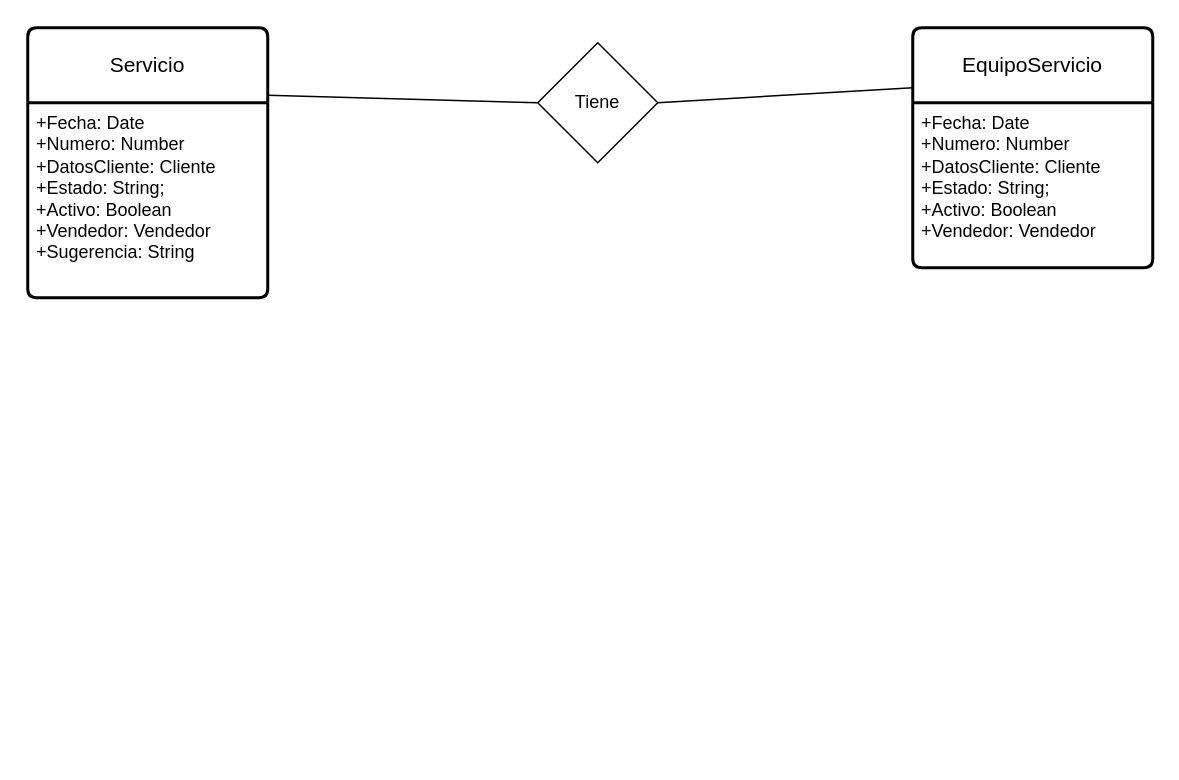
This is servidor/src/Tabla.drawio from Pelusasasasa/Gestion-Stock, a draw.io file, before an edit. Source tidied: cells renumbered, new cells numbered last; positions are measured from the earlier drawing's top-left corner, leaving out a move shared by most shapes. Both pictures are drawn from the tidied source at 150%, with x=0, y=0 at pixel (27, 27).
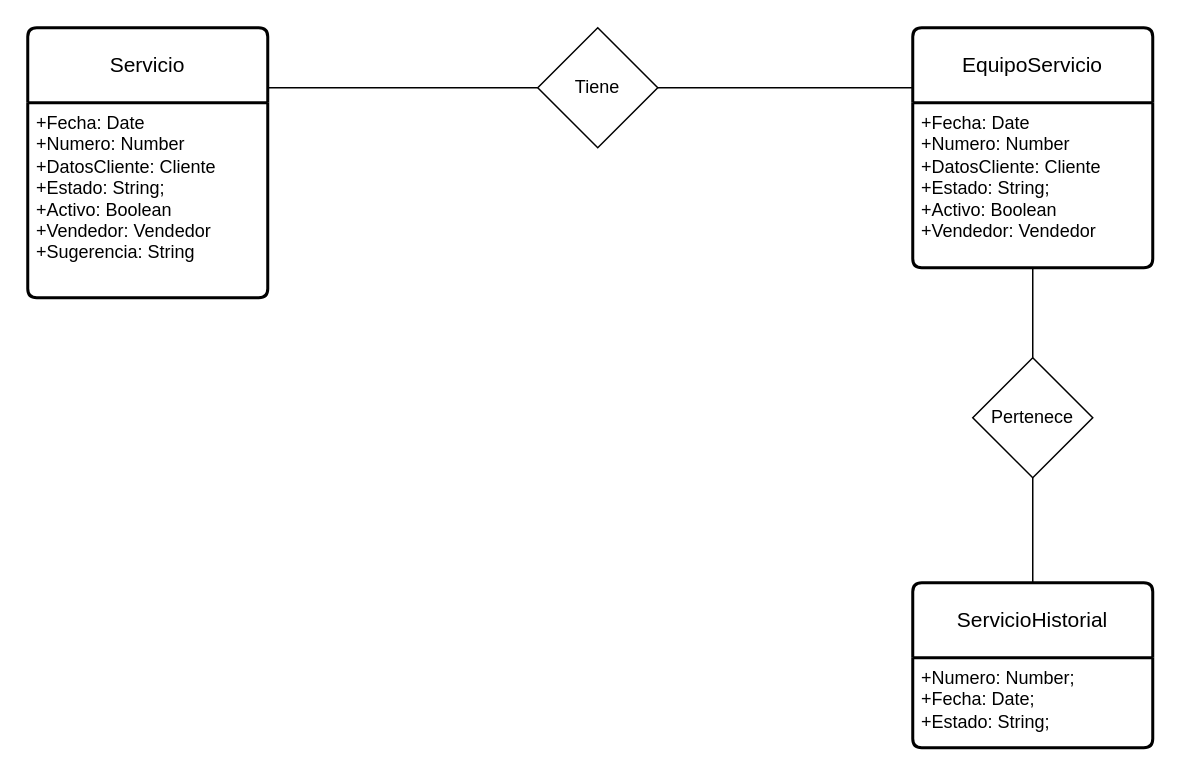
After the change.

What changed in the source:
```diff
@@
 <mxGraphModel>
   <root>
     <mxCell id="0" />
     <mxCell id="1" parent="0" />
     <mxCell id="2" value="Servicio" style="swimlane;horizontal=1;startSize=50;rounded=1;fontSize=14;fontStyle=0;strokeWidth=2;shadow=0;dashed=0;align=center;arcSize=4;whiteSpace=wrap;html=1;" parent="1" vertex="1">
       <mxGeometry width="160" height="180" as="geometry" />
     </mxCell>
     <mxCell id="3" value="+Fecha: Date&lt;div&gt;+Numero: Number&lt;/div&gt;&lt;div&gt;+DatosCliente: Cliente&lt;/div&gt;&lt;div&gt;+Estado: String;&lt;/div&gt;&lt;div&gt;+Activo: Boolean&lt;/div&gt;&lt;div&gt;+Vendedor: Vendedor&lt;/div&gt;&lt;div&gt;+Sugerencia: String&lt;/div&gt;" style="align=left;strokeColor=none;fillColor=none;spacingLeft=4;fontSize=12;verticalAlign=top;html=1;" parent="2" vertex="1">
       <mxGeometry y="50" width="160" height="130" as="geometry" />
     </mxCell>
     <mxCell id="4" value="EquipoServicio" style="swimlane;horizontal=1;startSize=50;rounded=1;fontSize=14;fontStyle=0;strokeWidth=2;shadow=0;dashed=0;align=center;arcSize=4;whiteSpace=wrap;html=1;" parent="1" vertex="1">
       <mxGeometry x="590" width="160" height="160" as="geometry" />
     </mxCell>
     <mxCell id="5" value="+Fecha: Date&lt;div&gt;+Numero: Number&lt;/div&gt;&lt;div&gt;+DatosCliente: Cliente&lt;/div&gt;&lt;div&gt;+Estado: String;&lt;/div&gt;&lt;div&gt;+Activo: Boolean&lt;/div&gt;&lt;div&gt;+Vendedor: Vendedor&lt;/div&gt;" style="align=left;strokeColor=none;fillColor=none;spacingLeft=4;fontSize=12;verticalAlign=top;html=1;" parent="4" vertex="1">
       <mxGeometry y="50" width="160" height="110" as="geometry" />
     </mxCell>
-    <mxCell id="6" style="endArrow=none;html=1;entryX=0;entryY=0.5;entryDx=0;entryDy=0;exitX=1;exitY=0.25;exitDx=0;exitDy=0;" parent="1" edge="1" source="2" target="7">
-      <mxGeometry relative="1" as="geometry" />
+    <mxCell id="6" style="endArrow=none;html=1;entryX=0;entryY=0.5;entryDx=0;entryDy=0;" parent="1" edge="1" target="7">
+      <mxGeometry relative="1" as="geometry">
+        <mxPoint x="160" y="40" as="sourcePoint" />
+      </mxGeometry>
     </mxCell>
     <mxCell id="7" value="Tiene" style="rhombus;whiteSpace=wrap;html=1;" parent="1" vertex="1">
-      <mxGeometry x="340" y="10" width="80" height="80" as="geometry" />
+      <mxGeometry x="340" width="80" height="80" as="geometry" />
     </mxCell>
     <mxCell id="8" style="endArrow=none;html=1;entryX=0;entryY=0.25;entryDx=0;entryDy=0;exitX=1;exitY=0.5;exitDx=0;exitDy=0;" parent="1" edge="1" source="7" target="4">
       <mxGeometry relative="1" as="geometry" />
     </mxCell>
+    <mxCell id="9" value="ServicioHistorial" style="swimlane;horizontal=1;startSize=50;rounded=1;fontSize=14;fontStyle=0;strokeWidth=2;shadow=0;dashed=0;align=center;arcSize=4;whiteSpace=wrap;html=1;" parent="1" vertex="1">
+      <mxGeometry x="590" y="370" width="160" height="110" as="geometry" />
+    </mxCell>
+    <mxCell id="10" value="+Numero: Number;&lt;div&gt;+Fecha: Date;&lt;/div&gt;&lt;div&gt;+Estado: String;&lt;/div&gt;&lt;div&gt;&lt;br&gt;&lt;/div&gt;" style="align=left;strokeColor=none;fillColor=none;spacingLeft=4;fontSize=12;verticalAlign=top;html=1;" parent="9" vertex="1">
+      <mxGeometry y="50" width="160" height="60" as="geometry" />
+    </mxCell>
+    <mxCell id="11" value="Pertenece" style="rhombus;whiteSpace=wrap;html=1;" parent="1" vertex="1">
+      <mxGeometry x="630" y="220" width="80" height="80" as="geometry" />
+    </mxCell>
+    <mxCell id="12" style="endArrow=none;html=1;entryX=0.5;entryY=1;entryDx=0;entryDy=0;exitX=0.5;exitY=0;exitDx=0;exitDy=0;" parent="1" edge="1" source="9" target="11">
+      <mxGeometry relative="1" as="geometry" />
+    </mxCell>
+    <mxCell id="13" style="endArrow=none;html=1;entryX=0.5;entryY=1;entryDx=0;entryDy=0;exitX=0.5;exitY=0;exitDx=0;exitDy=0;" parent="1" edge="1" source="11" target="5">
+      <mxGeometry relative="1" as="geometry" />
+    </mxCell>
   </root>
 </mxGraphModel>
```
